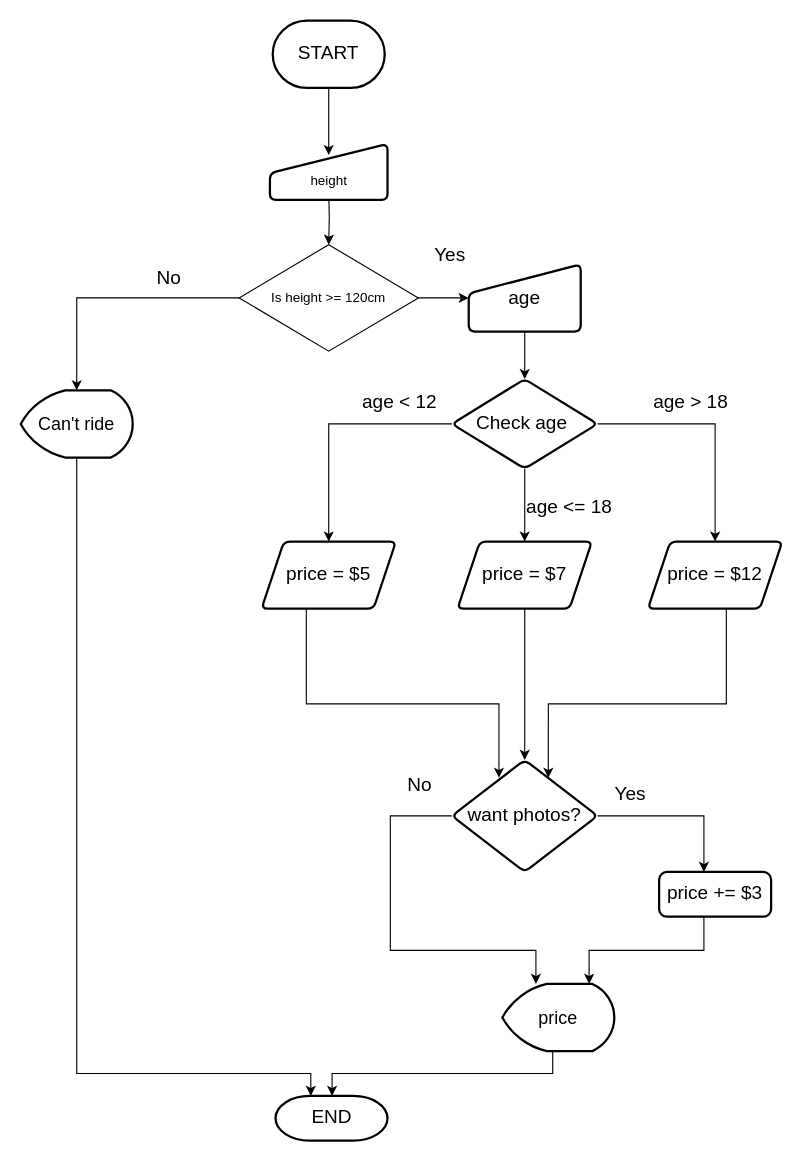
The draw.io diagram ticketdocklogic.drawio in PatProMath/day-3-exercises, before the edit. Source tidied: cells renumbered, new cells numbered last; positions are measured from the earlier drawing's top-left corner, leaving out a move shared by most shapes. Both pictures are drawn from the tidied source at 112%, with x=0, y=0 at pixel (20, 20).
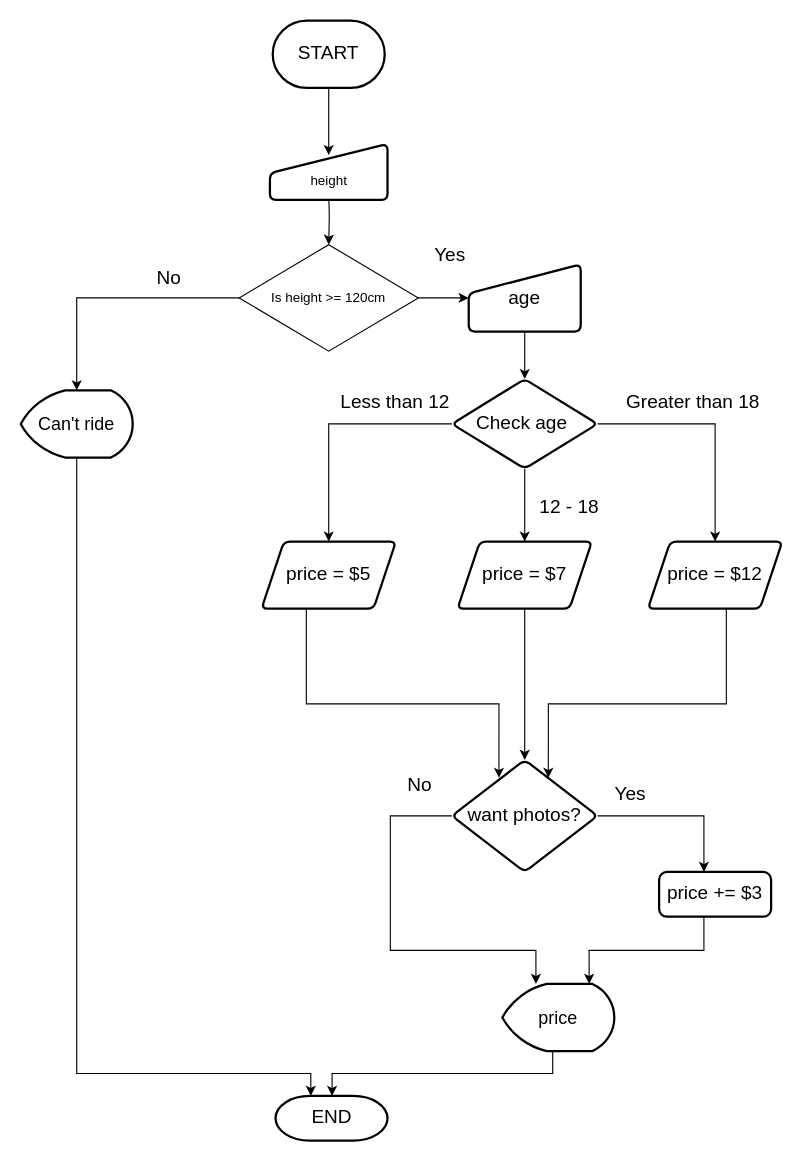
After the change.

The change refers to these unchanged cells:
```xml
<mxCell id="13" style="edgeStyle=orthogonalEdgeStyle;rounded=0;jettySize=auto;html=1;fontSize=17;" parent="1" edge="1" source="18" target="20">
  <mxGeometry relative="1" as="geometry" />
</mxCell>
<mxCell id="15" style="edgeStyle=orthogonalEdgeStyle;rounded=0;jettySize=auto;html=1;fontSize=17;" parent="1" edge="1" source="18" target="24">
  <mxGeometry relative="1" as="geometry" />
</mxCell>
```

Change to the diagram source:
```diff
@@
-    <mxCell id="14" value="age &amp;lt; 12" style="edgeLabel;html=1;align=center;verticalAlign=middle;fontSize=17;" parent="13" vertex="1">
+    <mxCell id="14" value="Less than 12" style="edgeLabel;html=1;align=center;verticalAlign=middle;fontSize=17;" parent="13" vertex="1">
       <mxGeometry x="-0.17" y="2" relative="1" as="geometry">
-        <mxPoint x="41" y="-22" as="offset" />
+        <mxPoint x="37" y="-22" as="offset" />
       </mxGeometry>
     </mxCell>
@@
-    <mxCell id="16" value="age &amp;gt; 18" style="edgeLabel;html=1;align=center;verticalAlign=middle;fontSize=17;" parent="15" vertex="1">
+    <mxCell id="16" value="Greater than 18" style="edgeLabel;html=1;align=center;verticalAlign=middle;fontSize=17;" parent="15" vertex="1">
       <mxGeometry x="-0.57" relative="1" as="geometry">
-        <mxPoint x="37" y="-20" as="offset" />
+        <mxPoint x="39" y="-20" as="offset" />
       </mxGeometry>
     </mxCell>
@@
-    <mxCell id="25" value="age &amp;lt;= 18" style="text;html=1;strokeColor=none;fillColor=none;align=center;verticalAlign=middle;whiteSpace=wrap;rounded=0;fontSize=17;" parent="1" vertex="1">
+    <mxCell id="25" value="12 - 18" style="text;html=1;strokeColor=none;fillColor=none;align=center;verticalAlign=middle;whiteSpace=wrap;rounded=0;fontSize=17;" parent="1" vertex="1">
       <mxGeometry x="450" y="420" width="80" height="30" as="geometry" />
     </mxCell>
```
